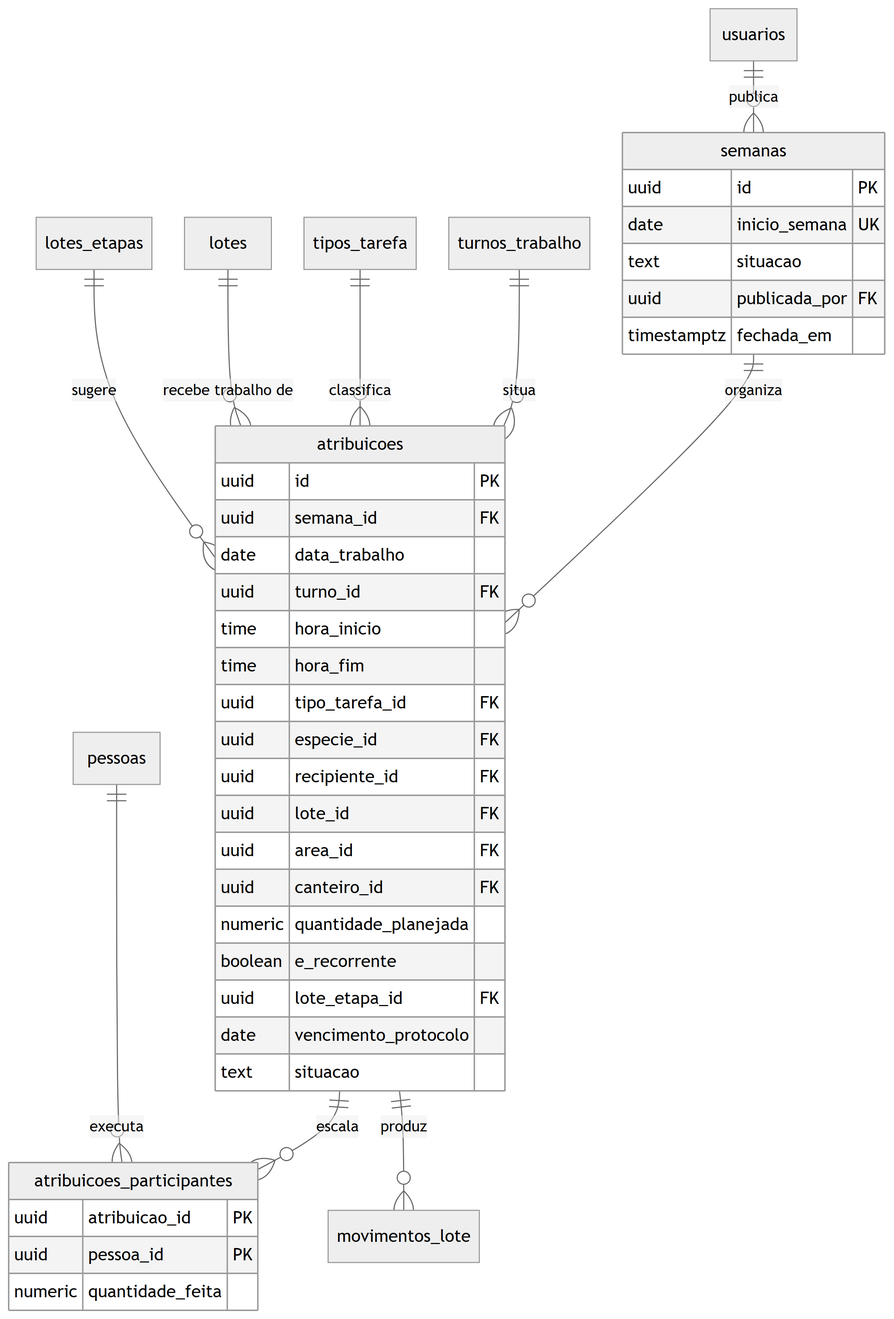
The Mermaid diagram docs/engenharia/modelo-dados-pt/img/fig14-producao-agenda.png in JoaoMudar/tcc, before a commit. Its source is kept beside it as docs/engenharia/modelo-dados-pt/mmd/fig14-producao-agenda.mmd.
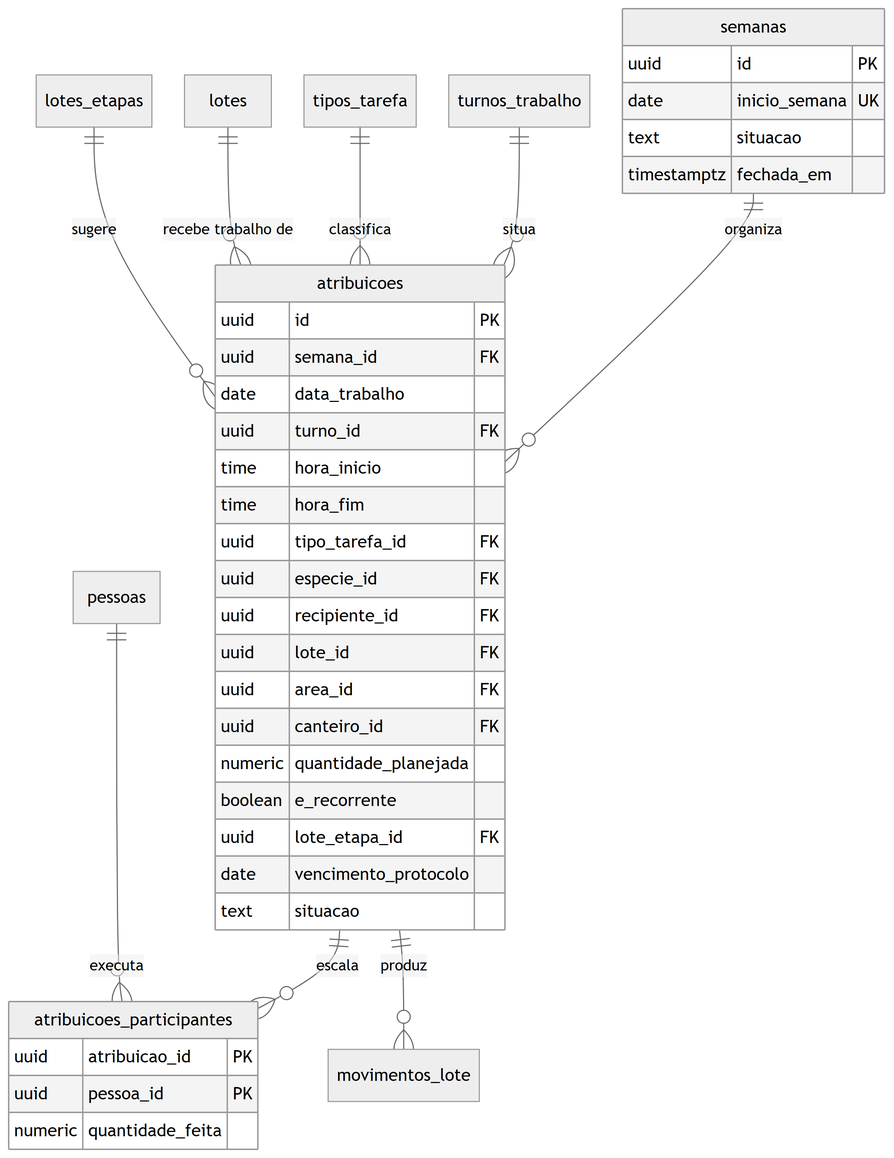
Above is the later version.

The edit, as a diff of the source:
```diff
@@ -3,7 +3,6 @@
     uuid        id PK
     date        inicio_semana UK
     text        situacao
-    uuid        publicada_por FK
     timestamptz fechada_em
   }
   atribuicoes {
@@ -33,7 +32,6 @@
   turnos_trabalho {}
   tipos_tarefa {}
   pessoas {}
-  usuarios {}
   lotes {}
   lotes_etapas {}
   movimentos_lote {}
@@ -46,4 +44,3 @@
   pessoas         ||--o{ atribuicoes_participantes : "executa"
   lotes           ||--o{ atribuicoes : "recebe trabalho de"
   lotes_etapas    ||--o{ atribuicoes : "sugere"
-  usuarios        ||--o{ semanas : "publica"
```
